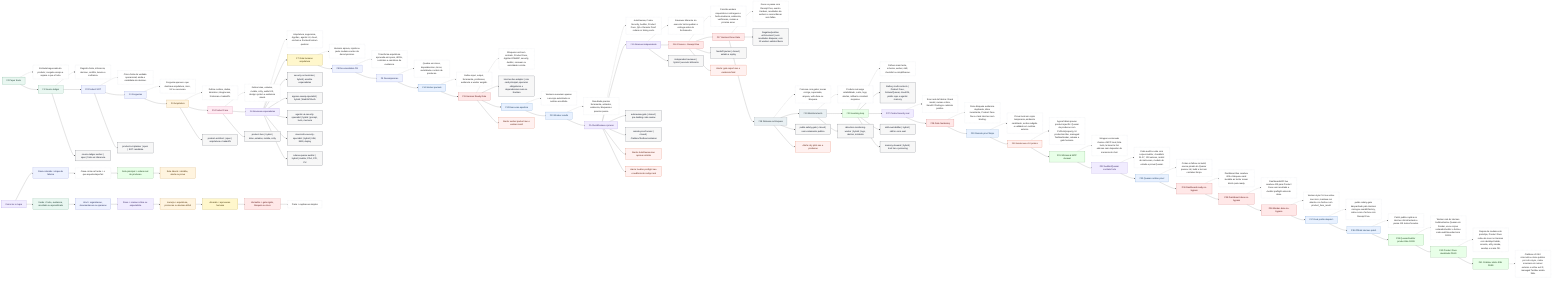
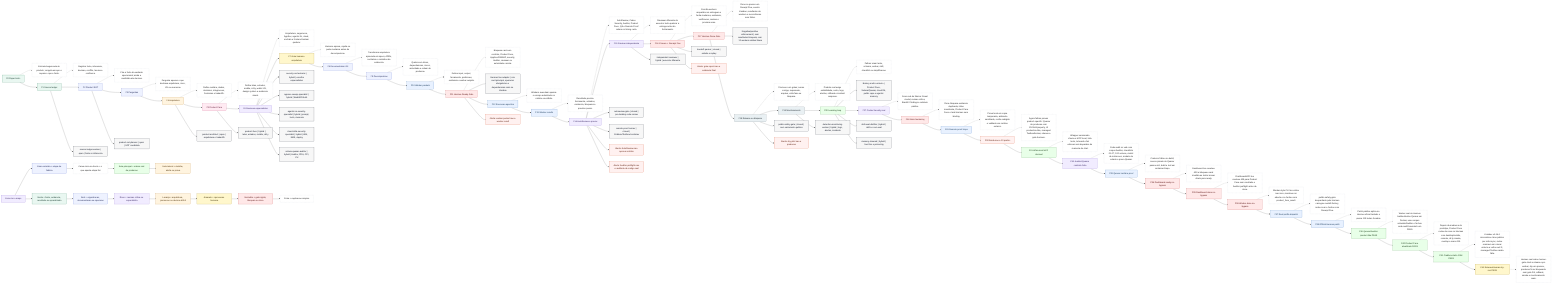
flowchart LR
  F0["F0 Paper bruto"]:::source
  F0D["Entrada baguncada do produto; congela escopo e separa o que e fonte."]:::desc
  F0 -.-> F0D
  F0 --> F1

  F1["F1 Source ledger"]:::source
  F1D["Registra fonte, inferencia, decisao, conflito, lacuna e confianca."]:::desc
  F1 -.-> F1D
  F1 --> F2

  F2["F2 Product SOT"]:::planning
  F2D["Cria a fonte da verdade operacional; ainda e candidata ate decisao."]:::desc
  F2 -.-> F2D
  F2 --> F3

  F3["F3 Perguntas"]:::planning
  F3D["Pergunta apenas o que destrava arquitetura, risco, UX ou execucao."]:::desc
  F3 -.-> F3D
  F3 --> F4

  F4["F4 Arquitetura"]:::architecture
  F4D["Define runtime, dados, dominios, integracoes, fronteiras e tradeoffs."]:::desc
  F4 -.-> F4D
  F4 --> F5

  F5["F5 Product Face"]:::face
  F5D["Define telas, estados, mobile, a11y, wallet UX, design system e evidencia visual."]:::desc
  F5 -.-> F5D
  F5 --> F6

  F6["F6 Revisoes especialistas"]:::review
  F6D["Arquitetura, seguranca, AppSec, agentic AI, cloud, onchain e frontend tentam quebrar."]:::desc
  F6 -.-> F6D
  F6 --> F7

  F7["F7 Gate humano arquitetura"]:::human
  F7D["Humano aprova, rejeita ou pede mudanca antes da decomposicao."]:::desc
  F7 -.-> F7D
  F7 --> F8

  F8["F8 Documentation OS"]:::planning
  F8D["Transforma arquitetura aprovada em specs, ADRs, contratos e caminhos de evidencia."]:::desc
  F8 -.-> F8D
  F8 --> F9

  F9["F9 Decomposicao"]:::planning
  F9D["Quebra em slices, dependencias, riscos, autoridade e ordem de producao."]:::desc
  F9 -.-> F9D
  F9 --> F10

  F10["F10 Worker packets"]:::execution
  F10D["Define input, output, ferramenta, proibicoes, evidencia e worker exigido."]:::desc
  F10 -.-> F10D
  F10 --> F11

  F11["F11 Hermes Ready Gate"]:::gate
  F11D["Bloqueia card sem contrato, Product Face, AppSec/OWASP, security, Auditor, reviewer ou autoridade correta."]:::desc
  F11 -.-> F11D
  F11 --> H1["Hermes live adapter | cria card principal, operarios obrigatorios e dependencias reais no Kanban"]:::worker
  F11 --> F12

  F12["F12 Execucao agentica"]:::execution
  F12D["Workers executam apenas o escopo autorizado no runtime escolhido."]:::desc
  F12 -.-> F12D
  F12 --> F13

  F13["F13 Worker results"]:::execution
  F13D["Resultado precisa ferramenta, achados, evidencia, bloqueios e proximo passo."]:::desc
  F13 -.-> F13D
  F13 --> F14

  F14["F14 AutoReview e provas"]:::review
  F14D["AutoReview, Codex Security, Auditor, Product Face, QA e Remote Proof rodam no timing certo."]:::desc
  F14 -.-> F14D
  F14 --> F15

  F15["F15 Revisao independente"]:::review
  F15D["Reviewer diferente do executor tenta quebrar a entrega antes do fechamento."]:::desc
  F15 -.-> F15D
  F15 --> F16

  F16["F16 Closure + Receipt Five"]:::gate
  F16D["Concilia workers requeridos vs entregues e fecha mudanca, evidencia, verificacao, revisao e proxima acao."]:::desc
  F16 -.-> F16D
  F16 --> F17

  F17["F17 Hermes Done Gate"]:::gate
  F17D["Done so passa com Receipt Five, evento Kanban, resultados de workers e reconciliacao sem faltas."]:::desc
  F17 -.-> F17D
  F17 --> H2["Negative/positive enforcement | sem resultados bloqueia; com 12 workers validos libera"]:::worker
  F17 --> F18

  F18["F18 Release ou bloqueio"]:::release
  F18D["Promove com gates; senao corrige, supersede, arquiva, volta fase ou bloqueia."]:::desc
  F18 -.-> F18D
  F18 --> F19

  F19["F19 Monitoramento"]:::release
  F19D["Produto real exige estabilidade, custo, logs, alertas, rollback e incident response."]:::desc
  F19 -.-> F19D
  F19 --> F20

  F20["F20 Learning loop"]:::learning
  F20D["Falhas viram teste, schema, worker, skill, checklist ou simplificacao."]:::desc
  F20 -.-> F20D
  F20 --> H3["Battery multi-contexto | Product Face, Solana/Quasar, cloud R4, public repo e agentic memory"]:::worker
  F20 --> F27

  F27["F27 Codex Security real"]:::review
  F27D["Scan real da fabrica: threat model, revisao critica, Bandit 0 findings e relatorio publico."]:::desc
  F27 -.-> F27D
  F27 --> F28

  F28["F28 Gate hardening"]:::gate
  F28D["Done bloqueia evidencia duplicada, inline inexistente, Product Face fraco e task Hermes sem binding."]:::desc
  F28 -.-> F28D
  F28 --> F29

  F29["F29 Remote proof limpo"]:::execution
  F29D["Prova local em copia temporaria, ambiente sanitizado, recibo redigido e validado em runtime externo."]:::desc
  F29 -.-> F29D
  F29 --> F30

  F30["F30 Ainda nao e 10 pratico"]:::alert
  F30D["Agora faltam provas product-specific: Quasar de producao com CU/fuzz/property, UI production-like, managed Testbox/broker, release e gate humano."]:::desc
  F30 -.-> F30D
  F30 --> F31

  F31["F31 Whimsical MCP duravel"]:::learning
  F31D["Wrapper versionado chama o MCP local, lista tools, le board e faz edicoes sem depender da memoria do chat."]:::desc
  F31 -.-> F31D
  F31 --> F32

  F32["F32 Auditor/Quasar contrato forte"]:::review
  F32D["Code audit so vale com corpus Auditor, checklists 01-07, 100 vetores, matriz de instrucoes, modelo de estado e prova Quasar."]:::desc
  F32 -.-> F32D
  F32 --> F33

  F33["F33 Quasar runtime proof"]:::execution
  F33D["Crates.io falhou no build; source pinado do Quasar passou init, build e test em container limpo."]:::desc
  F33 -.-> F33D
  F33 --> F34

  F34["F34 Dashboard ready no-bypass"]:::gate
  F34D["Dashboard live recebeu 409 e bloqueou card invalida ao tentar mover direto para ready."]:::desc
  F34 -.-> F34D
  F34 --> F35

  F35["F35 Dashboard done no-bypass"]:::gate
  F35D["Dashboard/API live recebeu 409 para Product Face sem resultado e Auditor preflight antes de done."]:::desc
  F35 -.-> F35D
  F35 --> F36

  F36["F36 Worker done no-bypass"]:::gate
  F36D["Worker-style CLI live voltou nao-zero, manteve run aberta e so fechou com product_face_result."]:::desc
  F36 -.-> F36D
  F36 --> F37

  F37["F37 Real profile dispatch"]:::execution
  F37D["public-safety-gate despachado pelo Hermes carregou overkill-factory, rodou scan e fechou com Receipt Five."]:::desc
  F37 -.-> F37D
  F37 --> F38

  F38["F38 Official Hermes patch"]:::execution
  F38D["Patch publico aplica no Hermes oficial testado e passa 119 testes focados."]:::desc
  F38 -.-> F38D
  F38 --> F39

  F39["F39 Quasar/Auditor product-like PASS"]:::learning
  F39D["Worker real do Hermes buildou/testou Quasar em Docker, usou corpus solanabr/Auditor e fechou code-audit bounded com PASS."]:::desc
  F39 -.-> F39D
  F39 --> F40

  F40["F40 Product Face atualizado PASS"]:::learning
  F40D["Depois da mudanca do prototipo, Product Face rodou de novo no Hermes com desktop/mobile, console, a11y smoke, overlap e scans OK."]:::desc
  F40 -.-> F40D
  F40 --> F41

  F41["F41 Crabbox static-SSH PASS"]:::learning
  F41D["Crabbox v0.26.0 sincronizou clone publico por ssh+rsync, rodou scanners em runner externo e voltou exit 0; managed Testbox ainda falta."]:::desc
  F41 -.-> F41D
+   F41 --> F42
+ 
+   F42["F42 Release/Human dry-run PASS"]:::human
+   F42D["Hermes real rodou human-gate-clerk e release-ops-worker; dry-run passou, producao ficou bloqueada sem gate R4, rollback, smoke e monitoramento reais."]:::desc
+   F42 -.-> F42D

  F1 --> W1["source-ledger-worker | open | fonte vs inferencia"]:::worker
  F2 --> W2["product-sot-planner | open | SOT candidata"]:::worker
  F4 --> W3["product-architect | open | arquitetura e tradeoffs"]:::worker
  F5 --> W4["product-face | hybrid | telas, estados, mobile, a11y"]:::worker
  F6 --> W5["security-orchestrator | hybrid | escolhe especialistas"]:::worker
  F6 --> W6["appsec-owasp-specialist | hybrid | Web/API/Auth"]:::worker
  F6 --> W7["agentic-ai-security-specialist | hybrid | prompt, tools, memoria"]:::worker
  F6 --> W8["cloud-infra-security-specialist | hybrid | IAM, KMS, deploy"]:::worker
  F6 --> W9["solana-quasar-auditor | hybrid | Auditor, PDA, CPI, CU"]:::worker
  F14 --> W10["autoreview-gate | closed | pre-landing code review"]:::worker
  F14 --> W11["remote-proof-runner | closed | Crabbox/Testbox/container"]:::worker
  F15 --> W12["independent-reviewer | hybrid | executor diferente"]:::worker
  F16 --> W13["handoff-packer | closed | estado e replay"]:::worker
  F18 --> W14["public-safety-gate | closed | sem vazamento publico"]:::worker
  F19 --> W15["detection-monitoring-worker | hybrid | logs, alertas, incidente"]:::worker
  F20 --> W16["skill-eval-distiller | hybrid | skill so com eval"]:::worker
  F20 --> W17["memory-steward | hybrid | trust tier e poisoning"]:::worker

  F11 --> A1["Alerta: worker packet nao e worker result"]:::alert
  F16 --> A2["Alerta: gate report nao e evidencia final"]:::alert
  F14 --> A3["Alerta: AutoReview nao aprova sozinho"]:::alert
  F14 --> A4["Alerta: Auditor preflight nao e auditoria de codigo real"]:::alert
  F18 --> A5["Alerta: dry pilot nao e producao"]:::alert

  LEGEND0["Como ler o mapa"]:::review
  LEGEND1["Caixa colorida = etapa da fabrica"]:::planning
  LEGEND2["Caixa cinza na frente = o que aquela etapa faz"]:::desc
  LEGEND3["Seta principal = ordem real de producao"]:::learning
  LEGEND4["Seta lateral = detalhe, alerta ou prova"]:::architecture
  LEGEND5["Verde = fonte, evidencia, resultado ou aprendizado"]:::source
  LEGEND6["Azul = organizacao, documentacao ou operacao"]:::planning
  LEGEND7["Roxo = revisao critica ou especialista"]:::review
  LEGEND8["Laranja = arquitetura, promocao ou decisao dificil"]:::architecture
  LEGEND9["Amarelo = aprovacao humana"]:::human
  LEGEND10["Vermelho = gate rigido, bloqueio ou risco"]:::gate
  LEGEND11["Prata = explicacao simples"]:::desc

  LEGEND0 --> LEGEND1 --> LEGEND2 --> LEGEND3 --> LEGEND4
  LEGEND0 --> LEGEND5 --> LEGEND6 --> LEGEND7 --> LEGEND8 --> LEGEND9 --> LEGEND10 --> LEGEND11

  classDef source fill:#e9f7f1,stroke:#217a54,color:#12372a;
  classDef planning fill:#eef2ff,stroke:#4f63c6,color:#1c2455;
  classDef architecture fill:#fff4df,stroke:#b36b00,color:#4a2d00;
  classDef face fill:#ffeaf2,stroke:#c23b72,color:#5f1735;
  classDef review fill:#f1ecff,stroke:#7656c9,color:#33215f;
  classDef human fill:#fff7cc,stroke:#9b7a00,color:#3d3000;
  classDef execution fill:#e8f1ff,stroke:#2e6db5,color:#173858;
  classDef gate fill:#ffe8e8,stroke:#bf3434,color:#5a1111;
  classDef release fill:#e9f0f3,stroke:#51626b,color:#202b30;
  classDef learning fill:#e8ffe8,stroke:#3b8b3b,color:#173d17;
  classDef desc fill:#ffffff,stroke:#aab3bd,color:#222222,stroke-dasharray: 3 3;
  classDef worker fill:#f7f7f7,stroke:#111827,color:#111827;
  classDef alert fill:#fff1f0,stroke:#d4380d,color:#5c1a08;
